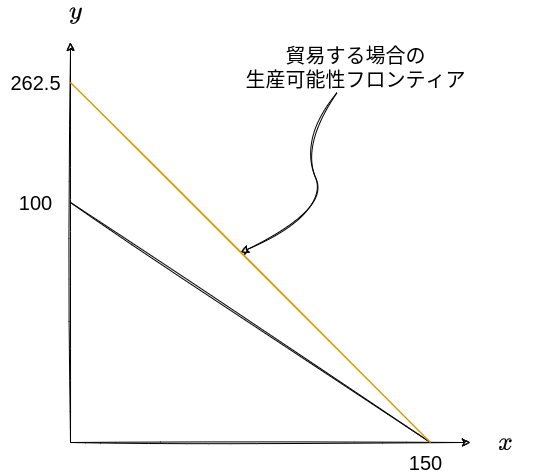
Above: docs/figures/comparative_advantage2.drawio.png in shohei-doi/intro_ir (draw.io), before the change. Source tidied: cells renumbered, new cells last; positions are measured from the earlier drawing's top-left corner, leaving out a move shared by most shapes. The source it was exported from:
```xml
<mxGraphModel math="1">
  <root>
    <mxCell id="0" />
    <mxCell id="1" parent="0" />
    <mxCell id="2" style="endArrow=classic;html=1;sketch=1;" parent="1" edge="1">
      <mxGeometry relative="1" as="geometry">
        <mxPoint x="70" y="440" as="sourcePoint" />
        <mxPoint x="70" y="40" as="targetPoint" />
      </mxGeometry>
    </mxCell>
    <mxCell id="3" style="endArrow=classic;html=1;sketch=1;" parent="1" edge="1">
      <mxGeometry relative="1" as="geometry">
        <mxPoint x="70" y="440" as="sourcePoint" />
        <mxPoint x="470" y="440" as="targetPoint" />
      </mxGeometry>
    </mxCell>
    <mxCell id="4" value="&lt;font style=&quot;font-size: 20px&quot;&gt;$$y$$&lt;/font&gt;" style="text;html=1;align=center;verticalAlign=middle;fillColor=none;strokeColor=none;rounded=0;" parent="1" vertex="1">
      <mxGeometry x="40" width="70" height="20" as="geometry" />
    </mxCell>
    <mxCell id="5" value="&lt;font style=&quot;font-size: 20px&quot;&gt;$$x$$&lt;/font&gt;" style="text;html=1;align=center;verticalAlign=middle;fillColor=none;strokeColor=none;rounded=0;" parent="1" vertex="1">
      <mxGeometry x="470" y="430" width="70" height="20" as="geometry" />
    </mxCell>
    <mxCell id="6" style="endArrow=none;html=1;sketch=1;fontSize=20;" parent="1" edge="1">
      <mxGeometry relative="1" as="geometry">
        <mxPoint x="70" y="200" as="sourcePoint" />
        <mxPoint x="430" y="440" as="targetPoint" />
      </mxGeometry>
    </mxCell>
    <mxCell id="7" style="edgeStyle=none;html=1;curved=1;sketch=1;" parent="1" edge="1" source="8">
      <mxGeometry relative="1" as="geometry">
        <mxPoint x="240" y="250" as="targetPoint" />
        <Array as="points">
          <mxPoint x="300" y="140" />
          <mxPoint x="330" y="210" />
        </Array>
      </mxGeometry>
    </mxCell>
    <mxCell id="8" value="貿易する場合の&lt;br&gt;生産可能性フロンティア" style="text;html=1;align=center;verticalAlign=middle;points=[];fillColor=none;strokeColor=none;rounded=0;fontSize=20;" parent="1" vertex="1">
      <mxGeometry x="240" y="40" width="230" height="50" as="geometry" />
    </mxCell>
    <mxCell id="9" style="endArrow=none;html=1;sketch=1;fontSize=20;fillColor=#ffe6cc;strokeColor=#d79b00;" parent="1" edge="1">
      <mxGeometry relative="1" as="geometry">
        <mxPoint x="70" y="80" as="sourcePoint" />
        <mxPoint x="430" y="440" as="targetPoint" />
      </mxGeometry>
    </mxCell>
    <mxCell id="10" value="&lt;font style=&quot;font-size: 20px&quot;&gt;150&lt;/font&gt;" style="text;html=1;align=center;verticalAlign=middle;fillColor=none;strokeColor=none;rounded=0;" parent="1" vertex="1">
      <mxGeometry x="400" y="450" width="50" height="20" as="geometry" />
    </mxCell>
    <mxCell id="11" value="&lt;font style=&quot;font-size: 20px&quot;&gt;100&lt;/font&gt;" style="text;html=1;align=center;verticalAlign=middle;fillColor=none;strokeColor=none;rounded=0;" parent="1" vertex="1">
      <mxGeometry x="10" y="190" width="50" height="20" as="geometry" />
    </mxCell>
    <mxCell id="12" value="&lt;span style=&quot;font-size: 20px&quot;&gt;262.5&lt;/span&gt;" style="text;html=1;align=center;verticalAlign=middle;fillColor=none;strokeColor=none;rounded=0;" parent="1" vertex="1">
      <mxGeometry y="70" width="70" height="20" as="geometry" />
    </mxCell>
  </root>
</mxGraphModel>
```
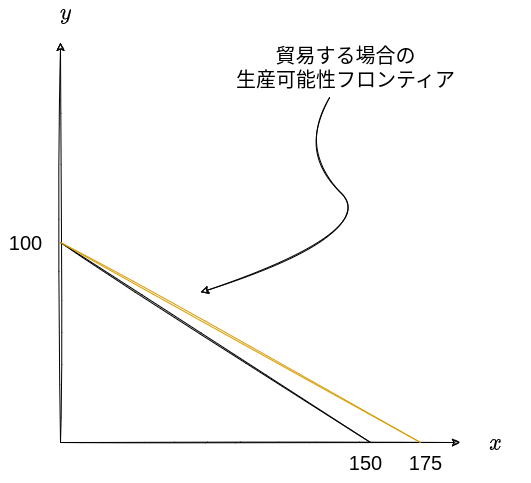
The same diagram one commit later.

Diff of the diagram source:
```diff
@@ -2,56 +2,56 @@
   <root>
     <mxCell id="0" />
     <mxCell id="1" parent="0" />
-    <mxCell id="2" style="endArrow=classic;html=1;sketch=1;" parent="1" edge="1">
-      <mxGeometry relative="1" as="geometry">
-        <mxPoint x="70" y="440" as="sourcePoint" />
-        <mxPoint x="70" y="40" as="targetPoint" />
-      </mxGeometry>
-    </mxCell>
-    <mxCell id="3" style="endArrow=classic;html=1;sketch=1;" parent="1" edge="1">
-      <mxGeometry relative="1" as="geometry">
-        <mxPoint x="70" y="440" as="sourcePoint" />
-        <mxPoint x="470" y="440" as="targetPoint" />
-      </mxGeometry>
-    </mxCell>
+    <mxCell id="13" style="endArrow=classic;html=1;sketch=1;" parent="1" edge="1">
+      <mxGeometry relative="1" as="geometry">
+        <mxPoint x="70" y="440" as="sourcePoint" />
+        <mxPoint x="70" y="40" as="targetPoint" />
+      </mxGeometry>
+    </mxCell>
+    <mxCell id="14" style="endArrow=classic;html=1;sketch=1;" parent="1" edge="1">
+      <mxGeometry relative="1" as="geometry">
+        <mxPoint x="70" y="440" as="sourcePoint" />
+        <mxPoint x="470" y="440" as="targetPoint" />
+      </mxGeometry>
+    </mxCell>
     <mxCell id="4" value="&lt;font style=&quot;font-size: 20px&quot;&gt;$$y$$&lt;/font&gt;" style="text;html=1;align=center;verticalAlign=middle;fillColor=none;strokeColor=none;rounded=0;" parent="1" vertex="1">
       <mxGeometry x="40" width="70" height="20" as="geometry" />
     </mxCell>
     <mxCell id="5" value="&lt;font style=&quot;font-size: 20px&quot;&gt;$$x$$&lt;/font&gt;" style="text;html=1;align=center;verticalAlign=middle;fillColor=none;strokeColor=none;rounded=0;" parent="1" vertex="1">
       <mxGeometry x="470" y="430" width="70" height="20" as="geometry" />
     </mxCell>
-    <mxCell id="6" style="endArrow=none;html=1;sketch=1;fontSize=20;" parent="1" edge="1">
-      <mxGeometry relative="1" as="geometry">
-        <mxPoint x="70" y="200" as="sourcePoint" />
-        <mxPoint x="430" y="440" as="targetPoint" />
-      </mxGeometry>
-    </mxCell>
-    <mxCell id="7" style="edgeStyle=none;html=1;curved=1;sketch=1;" parent="1" edge="1" source="8">
-      <mxGeometry relative="1" as="geometry">
-        <mxPoint x="240" y="250" as="targetPoint" />
-        <Array as="points">
-          <mxPoint x="300" y="140" />
-          <mxPoint x="330" y="210" />
-        </Array>
-      </mxGeometry>
-    </mxCell>
+    <mxCell id="15" style="endArrow=none;html=1;sketch=1;fontSize=20;" parent="1" edge="1">
+      <mxGeometry relative="1" as="geometry">
+        <mxPoint x="70" y="240" as="sourcePoint" />
+        <mxPoint x="380" y="440" as="targetPoint" />
+      </mxGeometry>
+    </mxCell>
+    <mxCell id="16" style="edgeStyle=none;sketch=1;html=1;fontSize=20;curved=1;" parent="1" edge="1" source="8">
+      <mxGeometry relative="1" as="geometry">
+        <mxPoint x="210" y="290" as="targetPoint" />
+        <Array as="points">
+          <mxPoint x="310" y="150" />
+          <mxPoint x="390" y="230" />
+        </Array>
+      </mxGeometry>
+    </mxCell>
     <mxCell id="8" value="貿易する場合の&lt;br&gt;生産可能性フロンティア" style="text;html=1;align=center;verticalAlign=middle;points=[];fillColor=none;strokeColor=none;rounded=0;fontSize=20;" parent="1" vertex="1">
-      <mxGeometry x="240" y="40" width="230" height="50" as="geometry" />
+      <mxGeometry x="235" y="35" width="240" height="60" as="geometry" />
     </mxCell>
-    <mxCell id="9" style="endArrow=none;html=1;sketch=1;fontSize=20;fillColor=#ffe6cc;strokeColor=#d79b00;" parent="1" edge="1">
-      <mxGeometry relative="1" as="geometry">
-        <mxPoint x="70" y="80" as="sourcePoint" />
-        <mxPoint x="430" y="440" as="targetPoint" />
-      </mxGeometry>
-    </mxCell>
     <mxCell id="10" value="&lt;font style=&quot;font-size: 20px&quot;&gt;150&lt;/font&gt;" style="text;html=1;align=center;verticalAlign=middle;fillColor=none;strokeColor=none;rounded=0;" parent="1" vertex="1">
-      <mxGeometry x="400" y="450" width="50" height="20" as="geometry" />
+      <mxGeometry x="350" y="450" width="50" height="20" as="geometry" />
     </mxCell>
     <mxCell id="11" value="&lt;font style=&quot;font-size: 20px&quot;&gt;100&lt;/font&gt;" style="text;html=1;align=center;verticalAlign=middle;fillColor=none;strokeColor=none;rounded=0;" parent="1" vertex="1">
-      <mxGeometry x="10" y="190" width="50" height="20" as="geometry" />
+      <mxGeometry x="10" y="230" width="50" height="20" as="geometry" />
     </mxCell>
-    <mxCell id="12" value="&lt;span style=&quot;font-size: 20px&quot;&gt;262.5&lt;/span&gt;" style="text;html=1;align=center;verticalAlign=middle;fillColor=none;strokeColor=none;rounded=0;" parent="1" vertex="1">
-      <mxGeometry y="70" width="70" height="20" as="geometry" />
-    </mxCell>
+    <mxCell id="17" style="endArrow=none;html=1;sketch=1;fillColor=#ffe6cc;strokeColor=#d79b00;" parent="1" edge="1">
+      <mxGeometry relative="1" as="geometry">
+        <mxPoint x="70" y="240" as="sourcePoint" />
+        <mxPoint x="430" y="440" as="targetPoint" />
+      </mxGeometry>
+    </mxCell>
+    <mxCell id="18" value="&lt;font style=&quot;font-size: 20px&quot;&gt;175&lt;/font&gt;" style="text;html=1;align=center;verticalAlign=middle;fillColor=none;strokeColor=none;rounded=0;" parent="1" vertex="1">
+      <mxGeometry x="405" y="440" width="60" height="40" as="geometry" />
+    </mxCell>
   </root>
 </mxGraphModel>
```
